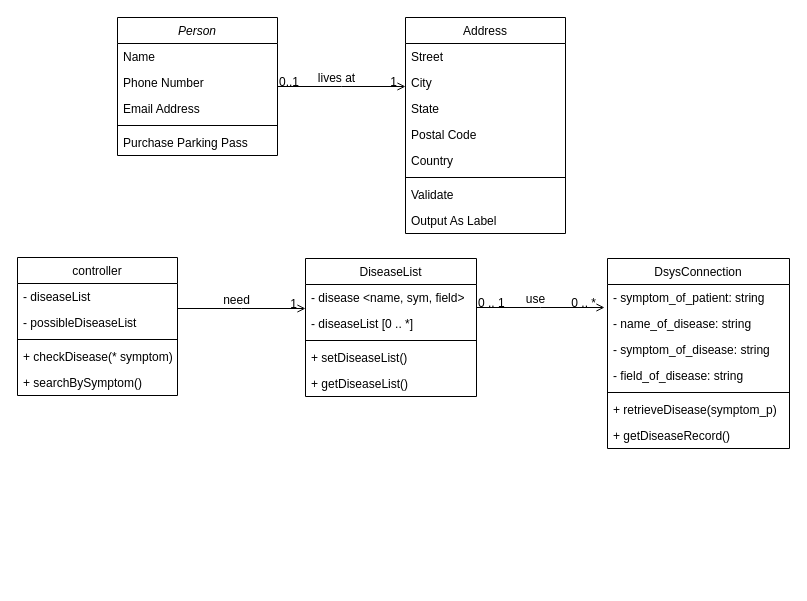
yhb1834/Smart-Health-Prediction-System keeps this draw.io diagram as patient/05.classdiagram/UC6diagram.drawio. Above is the earlier version. Source tidied: cells renumbered, new cells numbered last; positions are measured from the earlier drawing's top-left corner, leaving out a move shared by most shapes. Both pictures are drawn from the tidied source at 100%, with x=0, y=0 at pixel (17, 17).
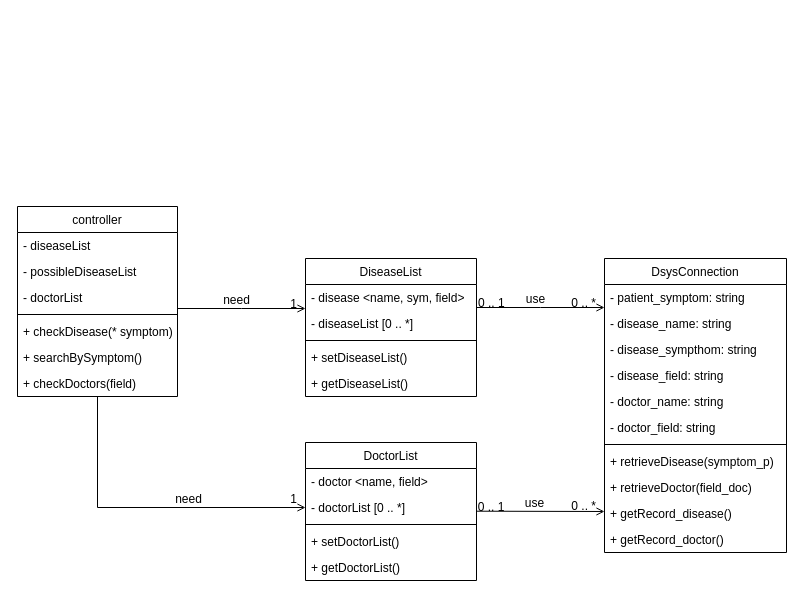
Above is the later version.

Diff of the diagram source:
```diff
@@
-    <mxCell id="2" value="Person" style="swimlane;fontStyle=2;align=center;verticalAlign=top;horizontal=1;startSize=26;rounded=0;shadow=0;strokeWidth=1;" parent="1" vertex="1">
-      <mxGeometry x="100" width="160" height="138" as="geometry" />
-    </mxCell>
-    <mxCell id="3" value="Name" style="text;align=left;verticalAlign=top;spacingLeft=4;spacingRight=4;overflow=hidden;" parent="2" vertex="1">
-      <mxGeometry y="26" width="160" height="26" as="geometry" />
-    </mxCell>
-    <mxCell id="4" value="Phone Number" style="text;align=left;verticalAlign=top;spacingLeft=4;spacingRight=4;overflow=hidden;rounded=0;shadow=0;html=0;" parent="2" vertex="1">
-      <mxGeometry y="52" width="160" height="26" as="geometry" />
-    </mxCell>
-    <mxCell id="5" value="Email Address" style="text;align=left;verticalAlign=top;spacingLeft=4;spacingRight=4;overflow=hidden;rounded=0;shadow=0;html=0;" parent="2" vertex="1">
-      <mxGeometry y="78" width="160" height="26" as="geometry" />
-    </mxCell>
-    <mxCell id="6" style="line;html=1;strokeWidth=1;align=left;verticalAlign=middle;spacingTop=-1;spacingLeft=3;spacingRight=3;labelPosition=right;" parent="2" vertex="1">
-      <mxGeometry y="104" width="160" height="8" as="geometry" />
-    </mxCell>
-    <mxCell id="7" value="Purchase Parking Pass" style="text;align=left;verticalAlign=top;spacingLeft=4;spacingRight=4;overflow=hidden;" parent="2" vertex="1">
-      <mxGeometry y="112" width="160" height="26" as="geometry" />
-    </mxCell>
     <mxCell id="8" value="controller" style="swimlane;fontStyle=0;align=center;verticalAlign=top;horizontal=1;startSize=26;rounded=0;shadow=0;strokeWidth=1;" parent="1" vertex="1">
-      <mxGeometry y="240" width="160" height="138" as="geometry" />
+      <mxGeometry y="189" width="160" height="190" as="geometry" />
     </mxCell>
@@
+    <mxCell id="48" value="- doctorList" style="text;align=left;verticalAlign=top;spacingLeft=4;spacingRight=4;overflow=hidden;rounded=0;shadow=0;html=0;" parent="8" vertex="1">
+      <mxGeometry y="78" width="160" height="26" as="geometry" />
+    </mxCell>
     <mxCell id="11" style="line;html=1;strokeWidth=1;align=left;verticalAlign=middle;spacingTop=-1;spacingLeft=3;spacingRight=3;labelPosition=right;" parent="8" vertex="1">
-      <mxGeometry y="78" width="160" height="8" as="geometry" />
+      <mxGeometry y="104" width="160" height="8" as="geometry" />
     </mxCell>
     <mxCell id="12" value="+ checkDisease(* symptom)" style="text;align=left;verticalAlign=top;spacingLeft=4;spacingRight=4;overflow=hidden;fontStyle=0;" parent="8" vertex="1">
-      <mxGeometry y="86" width="160" height="26" as="geometry" />
+      <mxGeometry y="112" width="160" height="26" as="geometry" />
     </mxCell>
     <mxCell id="13" value="+ searchBySymptom()" style="text;align=left;verticalAlign=top;spacingLeft=4;spacingRight=4;overflow=hidden;" parent="8" vertex="1">
-      <mxGeometry y="112" width="160" height="26" as="geometry" />
+      <mxGeometry y="138" width="160" height="26" as="geometry" />
     </mxCell>
+    <mxCell id="49" value="+ checkDoctors(field)" style="text;align=left;verticalAlign=top;spacingLeft=4;spacingRight=4;overflow=hidden;" parent="8" vertex="1">
+      <mxGeometry y="164" width="160" height="26" as="geometry" />
+    </mxCell>
@@
-    <mxCell id="20" value="Address" style="swimlane;fontStyle=0;align=center;verticalAlign=top;horizontal=1;startSize=26;rounded=0;shadow=0;strokeWidth=1;" parent="1" vertex="1">
-      <mxGeometry x="388" width="160" height="216" as="geometry" />
-    </mxCell>
-    <mxCell id="21" value="Street" style="text;align=left;verticalAlign=top;spacingLeft=4;spacingRight=4;overflow=hidden;" parent="20" vertex="1">
-      <mxGeometry y="26" width="160" height="26" as="geometry" />
-    </mxCell>
-    <mxCell id="22" value="City" style="text;align=left;verticalAlign=top;spacingLeft=4;spacingRight=4;overflow=hidden;rounded=0;shadow=0;html=0;" parent="20" vertex="1">
-      <mxGeometry y="52" width="160" height="26" as="geometry" />
-    </mxCell>
-    <mxCell id="23" value="State" style="text;align=left;verticalAlign=top;spacingLeft=4;spacingRight=4;overflow=hidden;rounded=0;shadow=0;html=0;" parent="20" vertex="1">
-      <mxGeometry y="78" width="160" height="26" as="geometry" />
-    </mxCell>
-    <mxCell id="24" value="Postal Code" style="text;align=left;verticalAlign=top;spacingLeft=4;spacingRight=4;overflow=hidden;rounded=0;shadow=0;html=0;" parent="20" vertex="1">
-      <mxGeometry y="104" width="160" height="26" as="geometry" />
-    </mxCell>
-    <mxCell id="25" value="Country" style="text;align=left;verticalAlign=top;spacingLeft=4;spacingRight=4;overflow=hidden;rounded=0;shadow=0;html=0;" parent="20" vertex="1">
-      <mxGeometry y="130" width="160" height="26" as="geometry" />
-    </mxCell>
-    <mxCell id="26" style="line;html=1;strokeWidth=1;align=left;verticalAlign=middle;spacingTop=-1;spacingLeft=3;spacingRight=3;labelPosition=right;" parent="20" vertex="1">
-      <mxGeometry y="156" width="160" height="8" as="geometry" />
-    </mxCell>
-    <mxCell id="27" value="Validate" style="text;align=left;verticalAlign=top;spacingLeft=4;spacingRight=4;overflow=hidden;" parent="20" vertex="1">
-      <mxGeometry y="164" width="160" height="26" as="geometry" />
-    </mxCell>
-    <mxCell id="28" value="Output As Label" style="text;align=left;verticalAlign=top;spacingLeft=4;spacingRight=4;overflow=hidden;" parent="20" vertex="1">
-      <mxGeometry y="190" width="160" height="26" as="geometry" />
-    </mxCell>
-    <mxCell id="29" style="endArrow=open;shadow=0;strokeWidth=1;rounded=0;endFill=1;edgeStyle=elbowEdgeStyle;elbow=vertical;" parent="1" edge="1" source="2" target="20">
-      <mxGeometry x="0.5" y="41" relative="1" as="geometry">
-        <mxPoint x="-40" y="32" as="offset" />
-      </mxGeometry>
-    </mxCell>
-    <mxCell id="30" value="0..1" style="align=left;verticalAlign=bottom;labelBackgroundColor=none;fontSize=12;" parent="29" vertex="1">
-      <mxGeometry x="-1" relative="1" as="geometry">
-        <mxPoint y="4" as="offset" />
-      </mxGeometry>
-    </mxCell>
-    <mxCell id="31" value="1" style="align=right;verticalAlign=bottom;labelBackgroundColor=none;fontSize=12;" parent="29" vertex="1">
-      <mxGeometry x="1" relative="1" as="geometry">
-        <mxPoint x="-7" y="4" as="offset" />
-      </mxGeometry>
-    </mxCell>
-    <mxCell id="32" value="lives at" style="text;html=1;align=center;verticalAlign=middle;labelBackgroundColor=none;rounded=0;shadow=0;strokeWidth=1;fontSize=12;" parent="29" vertex="1">
-      <mxGeometry x="0.5" y="49" relative="1" as="geometry">
-        <mxPoint x="-38" y="40" as="offset" />
-      </mxGeometry>
-    </mxCell>
     <mxCell id="33" value="DsysConnection" style="swimlane;fontStyle=0;align=center;verticalAlign=top;horizontal=1;startSize=26;rounded=0;shadow=0;strokeWidth=1;" parent="1" vertex="1">
-      <mxGeometry x="590" y="241" width="182" height="190" as="geometry" />
+      <mxGeometry x="587" y="241" width="182" height="294" as="geometry" />
     </mxCell>
-    <mxCell id="34" value="- symptom_of_patient: string" style="text;align=left;verticalAlign=top;spacingLeft=4;spacingRight=4;overflow=hidden;rounded=0;shadow=0;html=0;" parent="33" vertex="1">
+    <mxCell id="34" value="- patient_symptom: string" style="text;align=left;verticalAlign=top;spacingLeft=4;spacingRight=4;overflow=hidden;rounded=0;shadow=0;html=0;" parent="33" vertex="1">
       <mxGeometry y="26" width="182" height="26" as="geometry" />
     </mxCell>
-    <mxCell id="35" value="- name_of_disease: string" style="text;align=left;verticalAlign=top;spacingLeft=4;spacingRight=4;overflow=hidden;rounded=0;shadow=0;html=0;" parent="33" vertex="1">
+    <mxCell id="35" value="- disease_name: string" style="text;align=left;verticalAlign=top;spacingLeft=4;spacingRight=4;overflow=hidden;rounded=0;shadow=0;html=0;" parent="33" vertex="1">
       <mxGeometry y="52" width="182" height="26" as="geometry" />
     </mxCell>
-    <mxCell id="36" value="- symptom_of_disease: string" style="text;align=left;verticalAlign=top;spacingLeft=4;spacingRight=4;overflow=hidden;rounded=0;shadow=0;html=0;" parent="33" vertex="1">
+    <mxCell id="36" value="- disease_sympthom: string" style="text;align=left;verticalAlign=top;spacingLeft=4;spacingRight=4;overflow=hidden;rounded=0;shadow=0;html=0;" parent="33" vertex="1">
       <mxGeometry y="78" width="182" height="26" as="geometry" />
     </mxCell>
+    <mxCell id="50" value="- disease_field: string" style="text;align=left;verticalAlign=top;spacingLeft=4;spacingRight=4;overflow=hidden;rounded=0;shadow=0;html=0;" parent="33" vertex="1">
+      <mxGeometry y="104" width="182" height="26" as="geometry" />
+    </mxCell>
-    <mxCell id="37" value="- field_of_disease: string" style="text;align=left;verticalAlign=top;spacingLeft=4;spacingRight=4;overflow=hidden;rounded=0;shadow=0;html=0;" parent="33" vertex="1">
-      <mxGeometry y="104" width="182" height="26" as="geometry" />
+    <mxCell id="37" value="- doctor_name: string" style="text;align=left;verticalAlign=top;spacingLeft=4;spacingRight=4;overflow=hidden;rounded=0;shadow=0;html=0;" parent="33" vertex="1">
+      <mxGeometry y="130" width="182" height="26" as="geometry" />
     </mxCell>
+    <mxCell id="51" value="- doctor_field: string" style="text;align=left;verticalAlign=top;spacingLeft=4;spacingRight=4;overflow=hidden;rounded=0;shadow=0;html=0;" parent="33" vertex="1">
+      <mxGeometry y="156" width="182" height="26" as="geometry" />
+    </mxCell>
     <mxCell id="38" style="line;html=1;strokeWidth=1;align=left;verticalAlign=middle;spacingTop=-1;spacingLeft=3;spacingRight=3;labelPosition=right;" parent="33" vertex="1">
-      <mxGeometry y="130" width="182" height="8" as="geometry" />
+      <mxGeometry y="182" width="182" height="8" as="geometry" />
     </mxCell>
     <mxCell id="39" value="+ retrieveDisease(symptom_p)" style="text;align=left;verticalAlign=top;spacingLeft=4;spacingRight=4;overflow=hidden;" parent="33" vertex="1">
-      <mxGeometry y="138" width="182" height="26" as="geometry" />
+      <mxGeometry y="190" width="182" height="26" as="geometry" />
     </mxCell>
+    <mxCell id="52" value="+ retrieveDoctor(field_doc)" style="text;align=left;verticalAlign=top;spacingLeft=4;spacingRight=4;overflow=hidden;" parent="33" vertex="1">
+      <mxGeometry y="216" width="182" height="26" as="geometry" />
+    </mxCell>
-    <mxCell id="40" value="+ getDiseaseRecord()" style="text;align=left;verticalAlign=top;spacingLeft=4;spacingRight=4;overflow=hidden;" parent="33" vertex="1">
-      <mxGeometry y="164" width="182" height="26" as="geometry" />
+    <mxCell id="40" value="+ getRecord_disease()" style="text;align=left;verticalAlign=top;spacingLeft=4;spacingRight=4;overflow=hidden;" parent="33" vertex="1">
+      <mxGeometry y="242" width="182" height="26" as="geometry" />
     </mxCell>
+    <mxCell id="53" value="+ getRecord_doctor()" style="text;align=left;verticalAlign=top;spacingLeft=4;spacingRight=4;overflow=hidden;" parent="33" vertex="1">
+      <mxGeometry y="268" width="182" height="26" as="geometry" />
+    </mxCell>
@@
+    <mxCell id="54" value="DoctorList" style="swimlane;fontStyle=0;align=center;verticalAlign=top;horizontal=1;startSize=26;rounded=0;shadow=0;strokeWidth=1;" parent="1" vertex="1">
+      <mxGeometry x="288" y="425" width="171" height="138" as="geometry" />
+    </mxCell>
+    <mxCell id="55" value="- doctor &lt;name, field&gt;" style="text;align=left;verticalAlign=top;spacingLeft=4;spacingRight=4;overflow=hidden;" parent="54" vertex="1">
+      <mxGeometry y="26" width="171" height="26" as="geometry" />
+    </mxCell>
+    <mxCell id="56" value="- doctorList [0 .. *]" style="text;align=left;verticalAlign=top;spacingLeft=4;spacingRight=4;overflow=hidden;points=[[0,0.5],[1,0.5]];portConstraint=eastwest;" parent="54" vertex="1">
+      <mxGeometry y="52" width="171" height="26" as="geometry" />
+    </mxCell>
+    <mxCell id="57" style="line;html=1;strokeWidth=1;align=left;verticalAlign=middle;spacingTop=-1;spacingLeft=3;spacingRight=3;labelPosition=right;" parent="54" vertex="1">
+      <mxGeometry y="78" width="171" height="8" as="geometry" />
+    </mxCell>
+    <mxCell id="58" value="+ setDoctorList()" style="text;align=left;verticalAlign=top;spacingLeft=4;spacingRight=4;overflow=hidden;fontStyle=0;" parent="54" vertex="1">
+      <mxGeometry y="86" width="171" height="26" as="geometry" />
+    </mxCell>
+    <mxCell id="59" value="+ getDoctorList()" style="text;align=left;verticalAlign=top;spacingLeft=4;spacingRight=4;overflow=hidden;fontStyle=0;" parent="54" vertex="1">
+      <mxGeometry y="112" width="171" height="26" as="geometry" />
+    </mxCell>
+    <mxCell id="60" style="endArrow=open;shadow=0;strokeWidth=1;rounded=0;endFill=1;edgeStyle=elbowEdgeStyle;elbow=vertical;entryX=0;entryY=0.5;entryDx=0;entryDy=0;" parent="1" edge="1" target="56">
+      <mxGeometry x="0.5" y="41" relative="1" as="geometry">
+        <mxPoint x="80" y="379" as="sourcePoint" />
+        <Array as="points">
+          <mxPoint x="190" y="490" />
+        </Array>
+        <mxPoint x="-40" y="32" as="offset" />
+      </mxGeometry>
+    </mxCell>
+    <mxCell id="31" value="1" style="align=right;verticalAlign=bottom;labelBackgroundColor=none;fontSize=12;" parent="60" vertex="1">
+      <mxGeometry x="1" relative="1" as="geometry">
+        <mxPoint x="-7" as="offset" />
+      </mxGeometry>
+    </mxCell>
+    <mxCell id="61" value="need" style="text;html=1;align=center;verticalAlign=middle;labelBackgroundColor=none;rounded=0;shadow=0;strokeWidth=1;fontSize=12;" parent="60" vertex="1">
+      <mxGeometry x="0.5" y="49" relative="1" as="geometry">
+        <mxPoint x="-38" y="40" as="offset" />
+      </mxGeometry>
+    </mxCell>
+    <mxCell id="62" style="endArrow=open;shadow=0;strokeWidth=1;rounded=0;endFill=1;edgeStyle=elbowEdgeStyle;elbow=vertical;" parent="1" edge="1">
+      <mxGeometry x="0.5" y="41" relative="1" as="geometry">
+        <mxPoint x="459" y="493.7" as="sourcePoint" />
+        <mxPoint x="587" y="493.7" as="targetPoint" />
+        <mxPoint x="-40" y="32" as="offset" />
+      </mxGeometry>
+    </mxCell>
+    <mxCell id="63" value="0 .. 1" style="align=left;verticalAlign=bottom;labelBackgroundColor=none;fontSize=12;" parent="62" vertex="1">
+      <mxGeometry x="-1" relative="1" as="geometry">
+        <mxPoint y="4" as="offset" />
+      </mxGeometry>
+    </mxCell>
+    <mxCell id="64" value="0 .. *" style="align=right;verticalAlign=bottom;labelBackgroundColor=none;fontSize=12;" parent="62" vertex="1">
+      <mxGeometry x="1" relative="1" as="geometry">
+        <mxPoint x="-7" y="4" as="offset" />
+      </mxGeometry>
+    </mxCell>
+    <mxCell id="65" value="use" style="text;html=1;align=center;verticalAlign=middle;labelBackgroundColor=none;rounded=0;shadow=0;strokeWidth=1;fontSize=12;" parent="62" vertex="1">
+      <mxGeometry x="0.5" y="49" relative="1" as="geometry">
+        <mxPoint x="-38" y="40" as="offset" />
+      </mxGeometry>
+    </mxCell>
```
